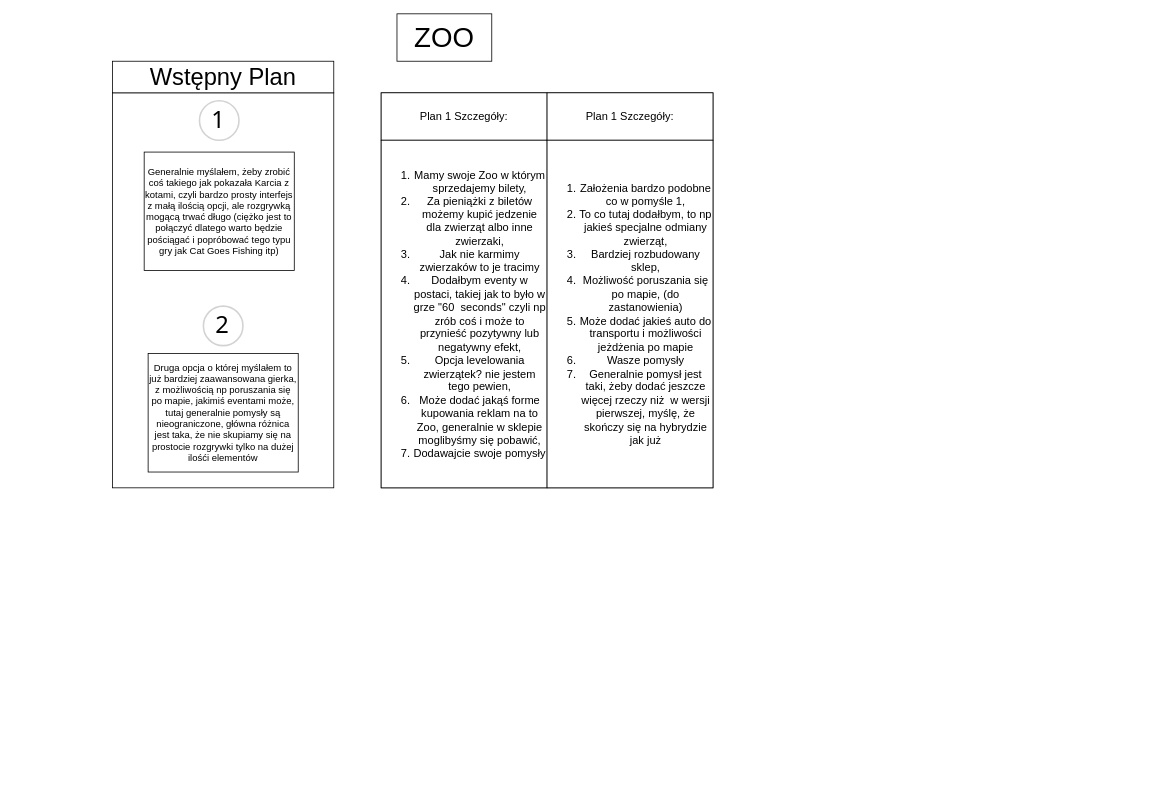
Earlier version of the draw.io diagram Diagram bez tytułu.drawio (MikeTheSilver/MikeTheSilver). Source tidied: cells renumbered, new cells numbered last; positions are measured from the earlier drawing's top-left corner, leaving out a move shared by most shapes. Both pictures are drawn from the tidied source at 79%, with x=0, y=0 at pixel (112, 13).
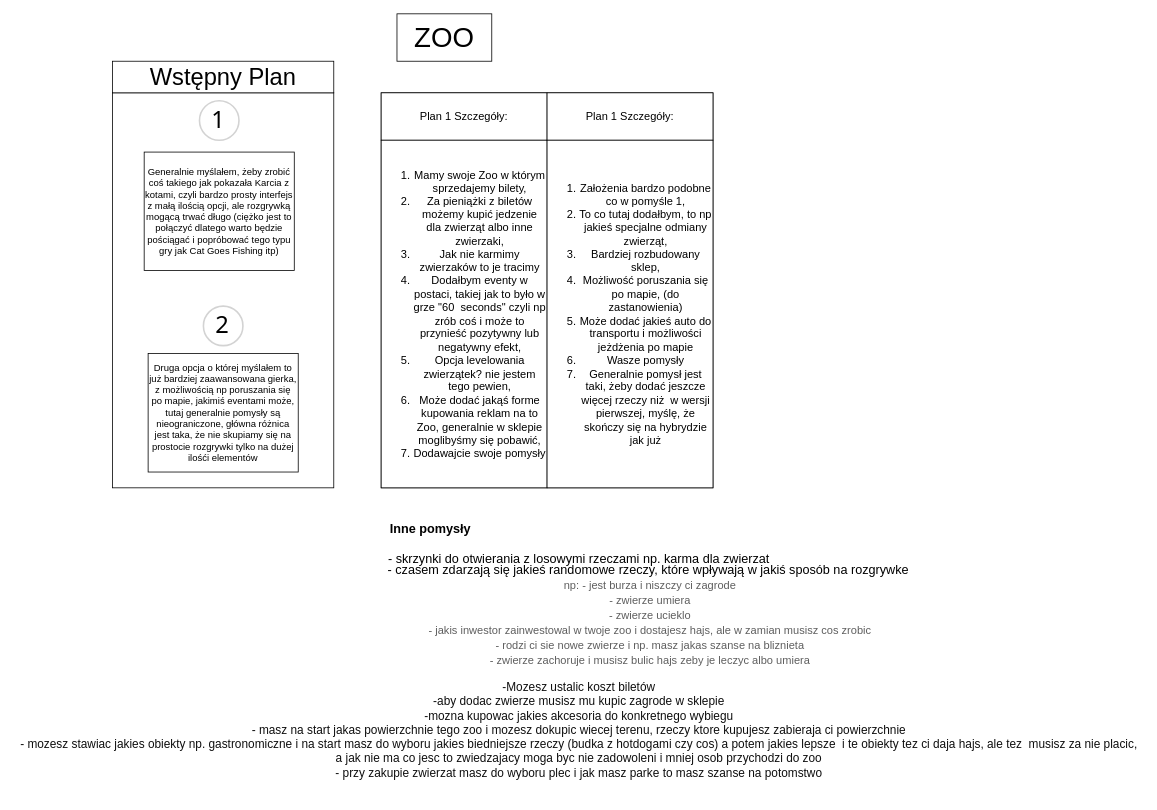
The same diagram, later.

What changed in the source:
```diff
@@
 <mxGraphModel>
   <root>
     <mxCell id="0" />
     <mxCell id="1" parent="0" />
     <mxCell id="2" style="rounded=0;whiteSpace=wrap;html=1;fontSize=35;align=left;" parent="1" vertex="1">
       <mxGeometry x="340" y="100" width="420" height="500" as="geometry" />
     </mxCell>
     <mxCell id="3" style="rounded=0;whiteSpace=wrap;html=1;fontSize=30;" parent="1" vertex="1">
       <mxGeometry y="100" width="280" height="500" as="geometry" />
     </mxCell>
     <mxCell id="4" value="&lt;font style=&quot;font-size: 35px;&quot;&gt;ZOO&lt;/font&gt;" style="rounded=0;whiteSpace=wrap;html=1;" parent="1" vertex="1">
       <mxGeometry x="360" width="120" height="60" as="geometry" />
     </mxCell>
     <mxCell id="5" value="Generalnie myślałem, żeby zrobić coś takiego jak pokazała Karcia z kotami, czyli bardzo prosty interfejs z małą ilością opcji, ale rozgrywką mogącą trwać długo (ciężko jest to połączyć dlatego warto będzie pościągać i popróbować tego typu gry jak Cat Goes Fishing itp)" style="rounded=0;whiteSpace=wrap;html=1;" parent="1" vertex="1">
       <mxGeometry x="40" y="175" width="190" height="150" as="geometry" />
     </mxCell>
     <mxCell id="6" value="Druga opcja o której myślałem to już bardziej zaawansowana gierka, z możliwością np poruszania się po mapie, jakimiś eventami może, tutaj generalnie pomysły są nieograniczone, główna różnica jest taka, że nie skupiamy się na prostocie rozgrywki tylko na dużej ilośći elementów" style="whiteSpace=wrap;html=1;" parent="1" vertex="1">
       <mxGeometry x="45" y="430" width="190" height="150" as="geometry" />
     </mxCell>
     <mxCell id="7" value="&lt;font style=&quot;font-size: 30px;&quot;&gt;1&lt;/font&gt;" style="ellipse;whiteSpace=wrap;html=1;strokeWidth=2;fontFamily=Tahoma;spacingBottom=4;spacingRight=2;strokeColor=#d3d3d3;" parent="1" vertex="1">
       <mxGeometry x="110" y="110" width="50" height="50" as="geometry" />
     </mxCell>
     <mxCell id="8" value="&lt;font style=&quot;font-size: 30px;&quot;&gt;2&lt;/font&gt;" style="ellipse;whiteSpace=wrap;html=1;strokeWidth=2;fontFamily=Tahoma;spacingBottom=4;spacingRight=2;strokeColor=#d3d3d3;" parent="1" vertex="1">
       <mxGeometry x="115" y="370" width="50" height="50" as="geometry" />
     </mxCell>
     <mxCell id="9" value="Wstępny Plan" style="rounded=0;whiteSpace=wrap;html=1;fontSize=30;" parent="1" vertex="1">
       <mxGeometry y="60" width="280" height="40" as="geometry" />
     </mxCell>
     <mxCell id="10" value="Plan 1 Szczegóły:" style="rounded=0;whiteSpace=wrap;html=1;fontSize=14;" parent="1" vertex="1">
       <mxGeometry x="340" y="100" width="210" height="60" as="geometry" />
     </mxCell>
     <mxCell id="11" value="&lt;ol&gt;&lt;li&gt;Mamy swoje Zoo w którym sprzedajemy bilety,&lt;/li&gt;&lt;li&gt;Za pieniążki z biletów możemy kupić jedzenie dla zwierząt albo inne zwierzaki,&lt;/li&gt;&lt;li&gt;Jak nie karmimy zwierzaków to je tracimy&lt;/li&gt;&lt;li&gt;Dodałbym eventy w postaci, takiej jak to było w grze &quot;60&amp;nbsp; seconds&quot; czyli np zrób coś i może to przynieść pozytywny lub negatywny efekt,&lt;/li&gt;&lt;li&gt;Opcja levelowania zwierzątek? nie jestem tego pewien,&lt;/li&gt;&lt;li&gt;Może dodać jakąś forme kupowania reklam na to Zoo, generalnie w sklepie moglibyśmy się pobawić,&lt;/li&gt;&lt;li&gt;Dodawajcie swoje pomysły &lt;br&gt;&lt;/li&gt;&lt;/ol&gt;" style="rounded=0;whiteSpace=wrap;html=1;fontSize=14;" parent="1" vertex="1">
       <mxGeometry x="340" y="160" width="210" height="440" as="geometry" />
     </mxCell>
     <mxCell id="12" value="Plan 1 Szczegóły:" style="rounded=0;whiteSpace=wrap;html=1;fontSize=14;" parent="1" vertex="1">
       <mxGeometry x="550" y="100" width="210" height="60" as="geometry" />
     </mxCell>
     <mxCell id="13" value="&lt;ol&gt;&lt;li&gt;Założenia bardzo podobne co w pomyśle 1,&lt;/li&gt;&lt;li&gt;To co tutaj dodałbym, to np jakieś specjalne odmiany zwierząt,&lt;/li&gt;&lt;li&gt;Bardziej rozbudowany sklep,&lt;/li&gt;&lt;li&gt;Możliwość poruszania się po mapie, (do zastanowienia)&lt;/li&gt;&lt;li&gt;Może dodać jakieś auto do transportu i możliwości jeżdżenia po mapie&lt;/li&gt;&lt;li&gt;Wasze pomysły&lt;/li&gt;&lt;li&gt;Generalnie pomysł jest taki, żeby dodać jeszcze więcej rzeczy niż&amp;nbsp; w wersji pierwszej, myślę, że skończy się na hybrydzie jak już&lt;br&gt;&lt;/li&gt;&lt;/ol&gt;" style="rounded=0;whiteSpace=wrap;html=1;fontSize=14;" parent="1" vertex="1">
       <mxGeometry x="550" y="160" width="210" height="440" as="geometry" />
     </mxCell>
+    <mxCell id="14" value="&lt;font style=&quot;font-size: 16px&quot;&gt;Inne pomysły&lt;/font&gt;" style="text;strokeColor=none;fillColor=none;html=1;fontSize=24;fontStyle=1;verticalAlign=middle;align=center;" parent="1" vertex="1">
+      <mxGeometry x="350" y="630" width="104" height="40" as="geometry" />
+    </mxCell>
+    <mxCell id="15" value="- skrzynki do otwierania z losowymi rzeczami np. karma dla zwierzat" style="text;html=1;align=center;verticalAlign=middle;strokeColor=none;fillColor=none;fontSize=16;" parent="1" vertex="1">
+      <mxGeometry x="340" y="680" width="500" height="20" as="geometry" />
+    </mxCell>
+    <mxCell id="16" value="- czasem zdarzają się jakieś randomowe rzeczy, które wpływają w jakiś sposób na rozgrywke&amp;nbsp;&lt;br&gt;&lt;font style=&quot;font-size: 14px&quot; color=&quot;#5e5e5e&quot;&gt;np: - jest burza i niszczy ci zagrode&lt;br&gt;- zwierze umiera&lt;br&gt;- zwierze ucieklo&lt;br&gt;- jakis inwestor zainwestowal w twoje zoo i dostajesz hajs, ale w zamian musisz cos zrobic&lt;br&gt;- rodzi ci sie nowe zwierze i np. masz jakas szanse na bliznieta&lt;br&gt;- zwierze zachoruje i musisz bulic hajs zeby je leczyc albo umiera&lt;br&gt;&lt;br&gt;&lt;/font&gt;" style="text;html=1;align=center;verticalAlign=middle;strokeColor=none;fillColor=none;fontSize=16;" parent="1" vertex="1">
+      <mxGeometry x="340" y="690" width="680" height="160" as="geometry" />
+    </mxCell>
+    <mxCell id="17" value="&lt;font color=&quot;#0f0f0f&quot; style=&quot;font-size: 15px&quot;&gt;-Mozesz ustalic koszt biletów&lt;br&gt;-aby dodac zwierze musisz mu kupic zagrode&amp;nbsp;&lt;/font&gt;&lt;span style=&quot;color: rgb(15 , 15 , 15) ; font-size: 15px&quot;&gt;w sklepie&lt;/span&gt;&lt;font color=&quot;#0f0f0f&quot; style=&quot;font-size: 15px&quot;&gt;&lt;br&gt;-mozna kupowac jakies akcesoria do konkretnego wybiegu&lt;br&gt;- masz na start jakas powierzchnie tego zoo i mozesz dokupic wiecej terenu, rzeczy ktore kupujesz zabieraja ci powierzchnie&lt;br&gt;- mozesz stawiac jakies obiekty np. gastronomiczne i na start masz do wyboru jakies biedniejsze rzeczy (budka z hotdogami czy cos) a potem jakies lepsze&amp;nbsp; i te obiekty tez ci daja hajs, ale tez&amp;nbsp; musisz za nie placic,&lt;br&gt;a jak nie ma co jesc to zwiedzajacy moga byc nie zadowoleni i mniej osob przychodzi do zoo&lt;br&gt;- przy zakupie zwierzat masz do wyboru plec i jak masz parke to masz szanse na potomstwo&lt;br&gt;&lt;br&gt;&lt;/font&gt;" style="text;html=1;align=center;verticalAlign=middle;strokeColor=none;fillColor=none;fontSize=14;fontColor=#5E5E5E;" parent="1" vertex="1">
+      <mxGeometry x="-125" y="840" width="1430" height="150" as="geometry" />
+    </mxCell>
   </root>
 </mxGraphModel>
```
